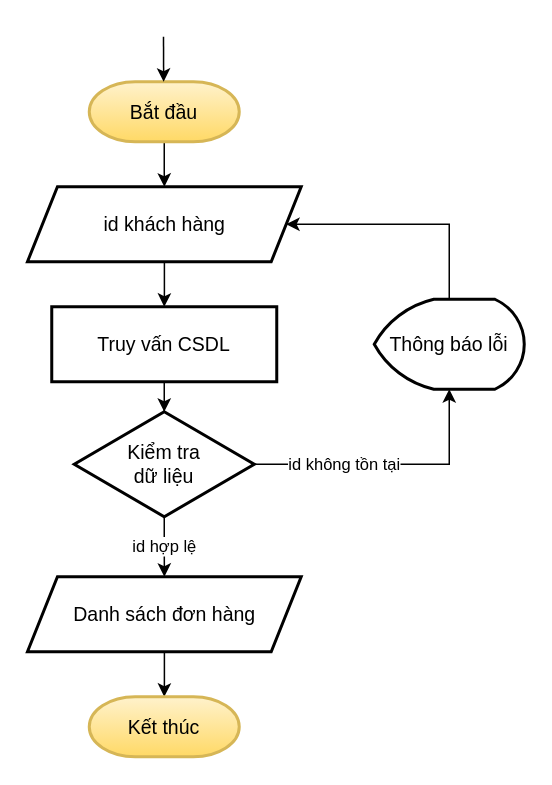
Earlier version of the draw.io diagram Diagrams/Flowchart/cus_order_list.drawio (vfon98/thesis-storozone-documents). Source tidied: cells renumbered, new cells numbered last; positions are measured from the earlier drawing's top-left corner, leaving out a move shared by most shapes. Both pictures are drawn from the tidied source at 150%, with x=0, y=0 at pixel (27, 36).
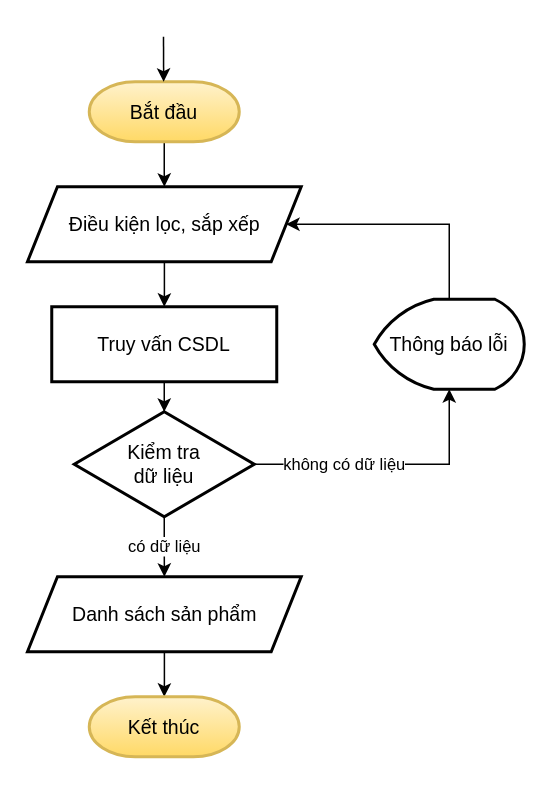
Above is the later version.

What changed in the source:
```diff
@@
 <mxGraphModel>
   <root>
     <mxCell id="0" />
     <mxCell id="1" parent="0" />
     <mxCell id="2" style="edgeStyle=orthogonalEdgeStyle;rounded=0;jettySize=auto;html=1;" parent="1" edge="1" source="3" target="5">
       <mxGeometry relative="1" as="geometry" />
     </mxCell>
     <mxCell id="3" value="Bắt đầu" style="strokeWidth=2;html=1;shape=mxgraph.flowchart.terminator;whiteSpace=wrap;labelBorderColor=none;fontSize=13;fontStyle=0;fillColor=#fff2cc;strokeColor=#d6b656;gradientColor=#ffd966;" parent="1" vertex="1">
       <mxGeometry x="41" y="30" width="100" height="40" as="geometry" />
     </mxCell>
     <mxCell id="4" style="edgeStyle=orthogonalEdgeStyle;rounded=0;jettySize=auto;html=1;" parent="1" edge="1" source="5" target="12">
       <mxGeometry relative="1" as="geometry" />
     </mxCell>
-    <mxCell id="5" value="id khách hàng" style="shape=parallelogram;perimeter=parallelogramPerimeter;whiteSpace=wrap;html=1;fixedSize=1;strokeWidth=2;labelBorderColor=none;fontSize=13;fontStyle=0;" parent="1" vertex="1">
+    <mxCell id="5" value="Điều kiện lọc, sắp xếp" style="shape=parallelogram;perimeter=parallelogramPerimeter;whiteSpace=wrap;html=1;fixedSize=1;strokeWidth=2;labelBorderColor=none;fontSize=13;fontStyle=0;" parent="1" vertex="1">
       <mxGeometry x="-0.2" y="100" width="182.5" height="50" as="geometry" />
     </mxCell>
-    <mxCell id="6" value="id hợp lệ" style="edgeStyle=orthogonalEdgeStyle;rounded=0;jettySize=auto;html=1;" parent="1" edge="1" source="8" target="14">
+    <mxCell id="6" value="có dữ liệu" style="edgeStyle=orthogonalEdgeStyle;rounded=0;jettySize=auto;html=1;" parent="1" edge="1" source="8" target="14">
       <mxGeometry relative="1" as="geometry" />
     </mxCell>
-    <mxCell id="7" value="id không tồn tại" style="edgeStyle=orthogonalEdgeStyle;rounded=0;jettySize=auto;html=1;" parent="1" edge="1" source="8" target="10">
+    <mxCell id="7" value="không có dữ liệu" style="edgeStyle=orthogonalEdgeStyle;rounded=0;jettySize=auto;html=1;" parent="1" edge="1" source="8" target="10">
       <mxGeometry x="-0.33" relative="1" as="geometry" />
     </mxCell>
     <mxCell id="8" value="Kiểm tra&lt;br&gt;dữ liệu" style="rhombus;whiteSpace=wrap;html=1;strokeWidth=2;labelBorderColor=none;fontSize=13;fontStyle=0;" parent="1" vertex="1">
       <mxGeometry x="31" y="250" width="120" height="70" as="geometry" />
     </mxCell>
     <mxCell id="9" style="edgeStyle=orthogonalEdgeStyle;rounded=0;jettySize=auto;html=1;entryX=1;entryY=0.5;entryDx=0;entryDy=0;exitX=0.5;exitY=0;exitDx=0;exitDy=0;exitPerimeter=0;" parent="1" edge="1" source="10" target="5">
       <mxGeometry relative="1" as="geometry">
         <Array as="points">
           <mxPoint x="281" y="125" />
         </Array>
       </mxGeometry>
     </mxCell>
     <mxCell id="10" value="Thông báo lỗi" style="strokeWidth=2;html=1;shape=mxgraph.flowchart.display;whiteSpace=wrap;labelBorderColor=none;fontSize=13;fontStyle=0;" parent="1" vertex="1">
       <mxGeometry x="231" y="175" width="100" height="60" as="geometry" />
     </mxCell>
     <mxCell id="11" style="edgeStyle=orthogonalEdgeStyle;rounded=0;jettySize=auto;html=1;" parent="1" edge="1" source="12" target="8">
       <mxGeometry relative="1" as="geometry" />
     </mxCell>
     <mxCell id="12" value="Truy vấn CSDL" style="whiteSpace=wrap;html=1;strokeWidth=2;labelBorderColor=none;fontSize=13;fontStyle=0;" parent="1" vertex="1">
       <mxGeometry x="16" y="180" width="150" height="50" as="geometry" />
     </mxCell>
     <mxCell id="13" style="edgeStyle=orthogonalEdgeStyle;rounded=0;jettySize=auto;html=1;" parent="1" edge="1" source="14" target="15">
       <mxGeometry relative="1" as="geometry" />
     </mxCell>
-    <mxCell id="14" value="Danh sách đơn hàng" style="shape=parallelogram;perimeter=parallelogramPerimeter;whiteSpace=wrap;html=1;fixedSize=1;strokeWidth=2;labelBorderColor=none;fontSize=13;fontStyle=0;" parent="1" vertex="1">
+    <mxCell id="14" value="Danh sách sản phẩm" style="shape=parallelogram;perimeter=parallelogramPerimeter;whiteSpace=wrap;html=1;fixedSize=1;strokeWidth=2;labelBorderColor=none;fontSize=13;fontStyle=0;" parent="1" vertex="1">
       <mxGeometry x="-0.2" y="360" width="182.5" height="50" as="geometry" />
     </mxCell>
     <mxCell id="15" value="Kết thúc" style="strokeWidth=2;html=1;shape=mxgraph.flowchart.terminator;whiteSpace=wrap;labelBorderColor=none;fontSize=13;fontStyle=0;fillColor=#fff2cc;strokeColor=#d6b656;gradientColor=#ffd966;" parent="1" vertex="1">
       <mxGeometry x="41" y="440" width="100" height="40" as="geometry" />
     </mxCell>
     <mxCell id="16" style="edgeStyle=orthogonalEdgeStyle;rounded=0;orthogonalLoop=1;jettySize=auto;html=1;" parent="1" edge="1">
       <mxGeometry relative="1" as="geometry">
         <mxPoint x="90.5" as="sourcePoint" />
         <mxPoint x="90.6" y="30" as="targetPoint" />
       </mxGeometry>
     </mxCell>
   </root>
 </mxGraphModel>
```
